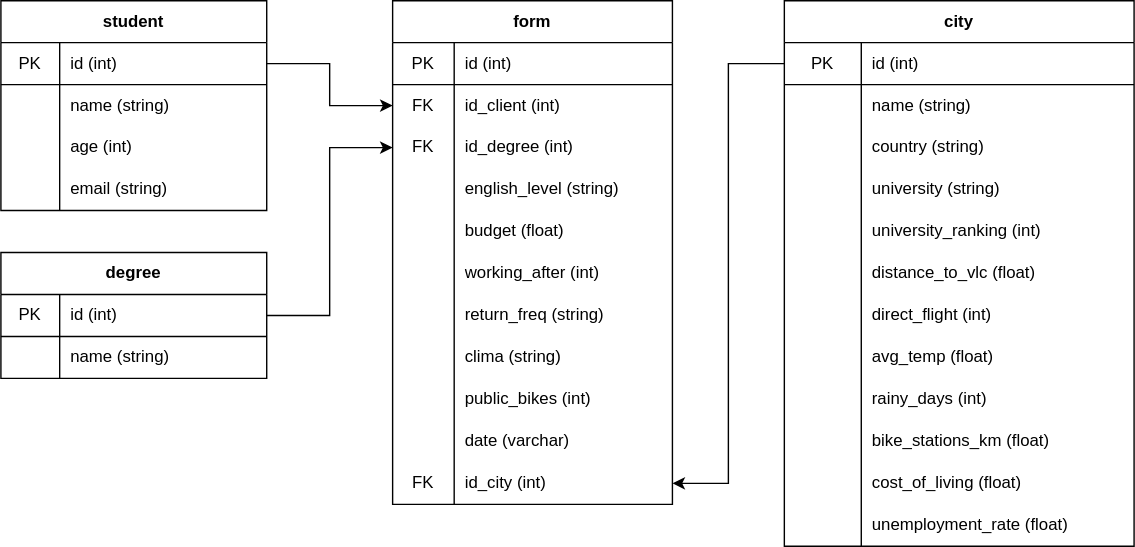
Before: WakeTeam_db.svg, a diagram exported from draw.io (viasmo1/edem-mda-DP1-wake). Source tidied: cells renumbered, new cells last; positions are measured from the earlier drawing's top-left corner, leaving out a move shared by most shapes.
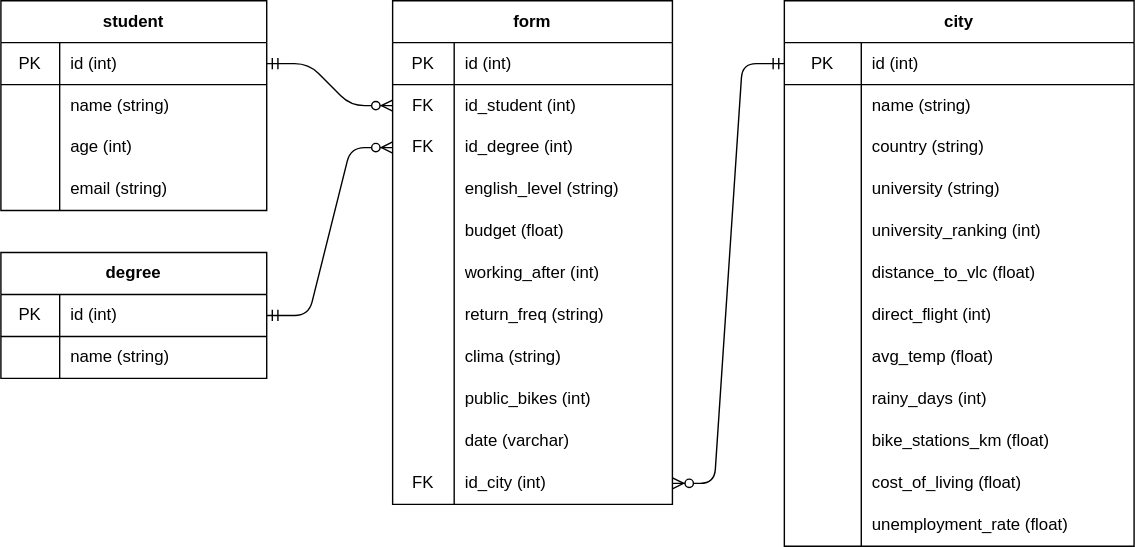
The same file after the commit.

Change to the diagram source:
```diff
@@ -170,7 +170,7 @@
     <mxCell id="57" value="FK" style="shape=partialRectangle;html=1;whiteSpace=wrap;fillColor=none;top=0;left=0;bottom=0;right=0;overflow=hidden;" parent="56" vertex="1">
       <mxGeometry width="44" height="30" as="geometry" />
     </mxCell>
-    <mxCell id="58" value="id_client (int)" style="shape=partialRectangle;html=1;whiteSpace=wrap;fillColor=none;top=0;left=0;bottom=0;right=0;align=left;spacingLeft=6;overflow=hidden;" parent="56" vertex="1">
+    <mxCell id="58" value="id_student (int)" style="shape=partialRectangle;html=1;whiteSpace=wrap;fillColor=none;top=0;left=0;bottom=0;right=0;align=left;spacingLeft=6;overflow=hidden;" parent="56" vertex="1">
       <mxGeometry x="44" width="156" height="30" as="geometry" />
     </mxCell>
     <mxCell id="59" style="shape=partialRectangle;html=1;whiteSpace=wrap;fillColor=none;top=0;left=0;bottom=0;right=0;points=[[0,0.5],[1,0.5]];portConstraint=eastwest;" parent="52" vertex="1">
@@ -275,14 +275,14 @@
     <mxCell id="92" value="name (string)" style="shape=partialRectangle;html=1;whiteSpace=wrap;fillColor=none;top=0;left=0;bottom=0;right=0;align=left;spacingLeft=6;overflow=hidden;" parent="90" vertex="1">
       <mxGeometry x="42" width="148" height="30" as="geometry" />
     </mxCell>
+    <mxCell id="94" style="edgeStyle=entityRelationEdgeStyle;fontSize=12;html=1;endArrow=ERzeroToMany;startArrow=ERmandOne;exitX=1;exitY=0.5;exitDx=0;exitDy=0;entryX=0;entryY=0.5;entryDx=0;entryDy=0;endFill=1;" parent="1" edge="1" source="87" target="59">
+      <mxGeometry relative="1" as="geometry" />
+    </mxCell>
+    <mxCell id="96" style="edgeStyle=entityRelationEdgeStyle;fontSize=12;html=1;endArrow=ERmandOne;startArrow=ERzeroToMany;exitX=1;exitY=0.5;exitDx=0;exitDy=0;entryX=0;entryY=0.5;entryDx=0;entryDy=0;startFill=1;" parent="1" edge="1" source="83" target="16">
+      <mxGeometry relative="1" as="geometry" />
+    </mxCell>
-    <mxCell id="93" style="edgeStyle=orthogonalEdgeStyle;rounded=0;jettySize=auto;html=1;exitX=1;exitY=0.5;exitDx=0;exitDy=0;entryX=0;entryY=0.5;entryDx=0;entryDy=0;" parent="1" edge="1" source="3" target="56">
+    <mxCell id="93" style="edgeStyle=entityRelationEdgeStyle;fontSize=12;html=1;endArrow=ERzeroToMany;startArrow=ERmandOne;entryX=0;entryY=0.5;entryDx=0;entryDy=0;exitX=1;exitY=0.5;exitDx=0;exitDy=0;" parent="1" edge="1" source="3" target="56">
       <mxGeometry relative="1" as="geometry" />
     </mxCell>
-    <mxCell id="94" style="edgeStyle=orthogonalEdgeStyle;rounded=0;jettySize=auto;html=1;exitX=1;exitY=0.5;exitDx=0;exitDy=0;entryX=0;entryY=0.5;entryDx=0;entryDy=0;" parent="1" edge="1" source="87" target="59">
-      <mxGeometry relative="1" as="geometry" />
-    </mxCell>
-    <mxCell id="95" style="edgeStyle=orthogonalEdgeStyle;rounded=0;jettySize=auto;html=1;exitX=0;exitY=0.5;exitDx=0;exitDy=0;entryX=1;entryY=0.5;entryDx=0;entryDy=0;" parent="1" edge="1" source="16" target="83">
-      <mxGeometry relative="1" as="geometry" />
-    </mxCell>
   </root>
 </mxGraphModel>
```
